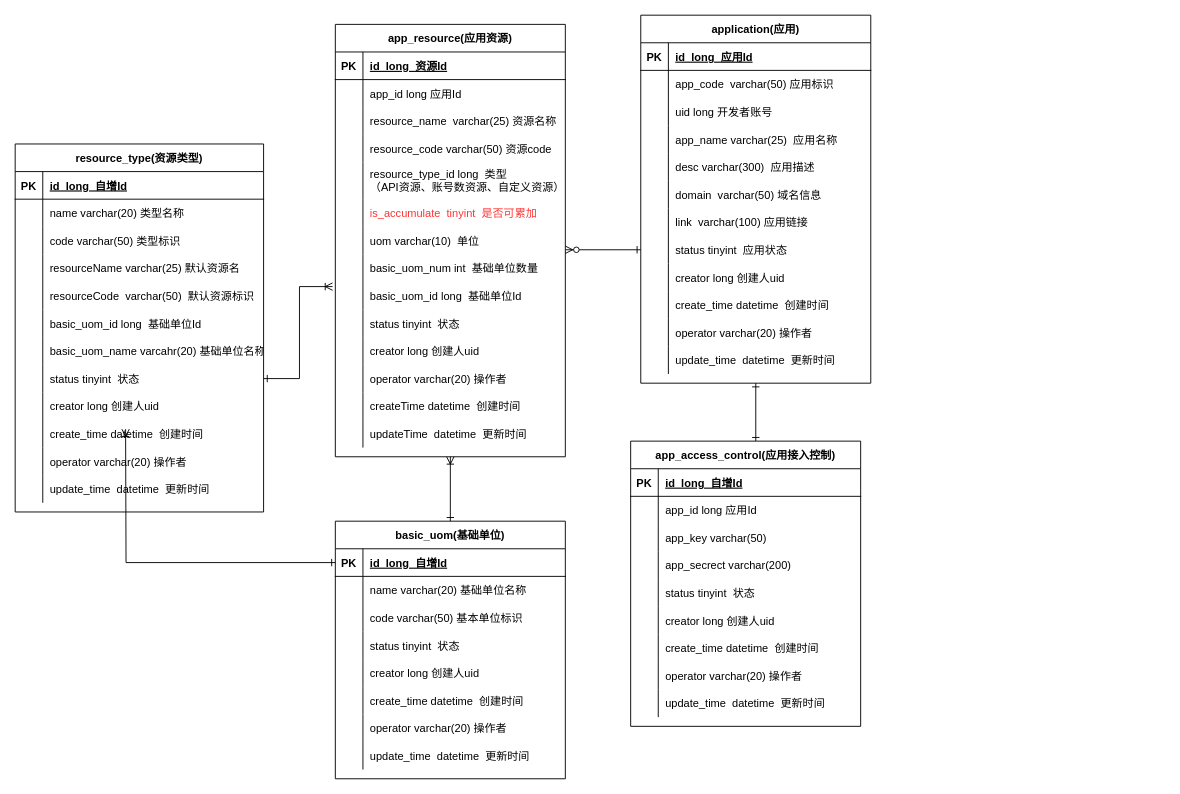
The draw.io diagram page "应用数据表设计" (2 of 2) of product.drawio in AjaxXu/Diagram, before the edit. Source tidied: cells renumbered, new cells numbered last; positions are measured from the earlier drawing's top-left corner, leaving out a move shared by most shapes. Both pictures are drawn from the tidied source at 92%, with x=0, y=0 at pixel (15, 15).
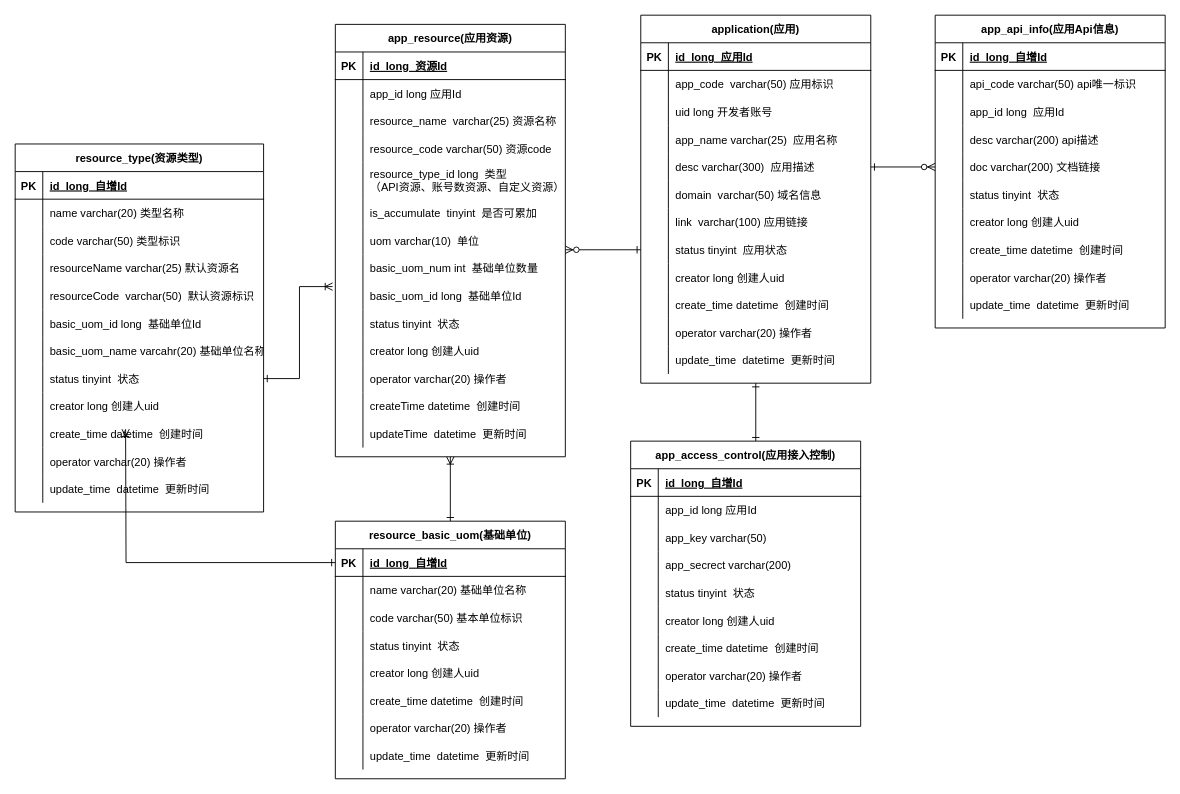
Above is the later version.

The change refers to these unchanged cells:
```xml
<mxCell id="15" style="shape=partialRectangle;fillColor=none;points=[[0,0.5],[1,0.5]];portConstraint=eastwest;top=0;left=0;right=0;bottom=0;" parent="2" vertex="1">
  <mxGeometry y="150" width="250" height="30" as="geometry" />
</mxCell>
<mxCell id="55" style="shape=partialRectangle;fillColor=none;top=0;left=0;right=0;bottom=0;" parent="39" vertex="1">
  <mxGeometry y="190" width="250" height="30" as="geometry" />
</mxCell>
```

What changed in the source:
```diff
@@
-    <mxCell id="57" value="is_accumulate  tinyint  是否可累加" style="shape=partialRectangle;overflow=hidden;fillColor=none;top=0;left=0;bottom=0;right=0;align=left;spacingLeft=6;fontColor=#FF3333;" parent="55" vertex="1">
+    <mxCell id="57" value="is_accumulate  tinyint  是否可累加" style="shape=partialRectangle;overflow=hidden;fillColor=none;top=0;left=0;bottom=0;right=0;align=left;spacingLeft=6;" parent="55" vertex="1">
       <mxGeometry x="30" width="220" height="30" as="geometry" />
     </mxCell>
@@
     <mxCell id="83" style="edgeStyle=orthogonalEdgeStyle;rounded=0;orthogonalLoop=1;jettySize=auto;html=1;exitX=0.5;exitY=1;exitDx=0;exitDy=0;entryX=0.46;entryY=0;entryDx=0;entryDy=0;entryPerimeter=0;startArrow=ERone;startFill=0;endArrow=ERone;endFill=0;" parent="1" edge="1">
       <mxGeometry relative="1" as="geometry">
-        <mxPoint x="1475" y="370" as="sourcePoint" />
+        <mxPoint x="1975" y="350" as="sourcePoint" />
       </mxGeometry>
     </mxCell>
     <mxCell id="84" style="edgeStyle=orthogonalEdgeStyle;rounded=0;orthogonalLoop=1;jettySize=auto;html=1;exitX=0.25;exitY=1;exitDx=0;exitDy=0;entryX=1.012;entryY=0.2;entryDx=0;entryDy=0;entryPerimeter=0;startArrow=ERone;startFill=0;endArrow=ERone;endFill=0;" parent="1" edge="1">
       <mxGeometry relative="1" as="geometry">
-        <mxPoint x="1732.5" y="340" as="sourcePoint" />
+        <mxPoint x="2232.5" y="320" as="sourcePoint" />
       </mxGeometry>
     </mxCell>
     <mxCell id="85" style="edgeStyle=orthogonalEdgeStyle;rounded=0;orthogonalLoop=1;jettySize=auto;html=1;exitX=1;exitY=0.5;exitDx=0;exitDy=0;entryX=0;entryY=0.5;entryDx=0;entryDy=0;startArrow=ERone;startFill=0;endArrow=ERzeroToMany;endFill=1;" parent="1" edge="1">
       <mxGeometry relative="1" as="geometry">
-        <mxPoint x="1670" y="195" as="targetPoint" />
+        <mxPoint x="2170" y="175" as="targetPoint" />
       </mxGeometry>
     </mxCell>
@@
-    <mxCell id="116" value="basic_uom(基础单位)" style="shape=table;startSize=30;childLayout=tableLayout;rowLines=0;fontStyle=1;align=center;" parent="1" vertex="1">
+    <mxCell id="116" value="resource_basic_uom(基础单位)" style="shape=table;startSize=30;childLayout=tableLayout;rowLines=0;fontStyle=1;align=center;" parent="1" vertex="1">
       <mxGeometry x="348" y="550" width="250" height="280" as="geometry" />
     </mxCell>
@@
+    <mxCell id="180" value="app_api_info(应用Api信息)" style="shape=table;startSize=30;childLayout=tableLayout;rowLines=0;fontStyle=1;align=center;" parent="1" vertex="1">
+      <mxGeometry x="1000" width="250" height="340" as="geometry" />
+    </mxCell>
+    <mxCell id="181" style="shape=partialRectangle;fillColor=none;top=0;left=0;right=0;bottom=1;" parent="180" vertex="1">
+      <mxGeometry y="30" width="250" height="30" as="geometry" />
+    </mxCell>
+    <mxCell id="182" value="PK" style="shape=partialRectangle;overflow=hidden;fillColor=none;top=0;left=0;bottom=0;right=0;fontStyle=1;" parent="181" vertex="1">
+      <mxGeometry width="30" height="30" as="geometry" />
+    </mxCell>
+    <mxCell id="183" value="id  long  自增Id" style="shape=partialRectangle;overflow=hidden;fillColor=none;top=0;left=0;bottom=0;right=0;align=left;spacingLeft=6;fontStyle=5;" parent="181" vertex="1">
+      <mxGeometry x="30" width="220" height="30" as="geometry" />
+    </mxCell>
+    <mxCell id="184" style="shape=partialRectangle;fillColor=none;top=0;left=0;right=0;bottom=0;" parent="180" vertex="1">
+      <mxGeometry y="60" width="250" height="30" as="geometry" />
+    </mxCell>
+    <mxCell id="185" style="shape=partialRectangle;overflow=hidden;fillColor=none;top=0;left=0;bottom=0;right=0;" parent="184" vertex="1">
+      <mxGeometry width="30" height="30" as="geometry" />
+    </mxCell>
+    <mxCell id="186" value="api_code varchar(50) api唯一标识" style="shape=partialRectangle;overflow=hidden;fillColor=none;top=0;left=0;bottom=0;right=0;align=left;spacingLeft=6;" parent="184" vertex="1">
+      <mxGeometry x="30" width="220" height="30" as="geometry" />
+    </mxCell>
+    <mxCell id="187" style="shape=partialRectangle;fillColor=none;top=0;left=0;right=0;bottom=0;" parent="180" vertex="1">
+      <mxGeometry y="90" width="250" height="30" as="geometry" />
+    </mxCell>
+    <mxCell id="188" style="shape=partialRectangle;overflow=hidden;fillColor=none;top=0;left=0;bottom=0;right=0;" parent="187" vertex="1">
+      <mxGeometry width="30" height="30" as="geometry" />
+    </mxCell>
+    <mxCell id="189" value="app_id long  应用Id" style="shape=partialRectangle;overflow=hidden;fillColor=none;top=0;left=0;bottom=0;right=0;align=left;spacingLeft=6;" parent="187" vertex="1">
+      <mxGeometry x="30" width="220" height="30" as="geometry" />
+    </mxCell>
+    <mxCell id="190" style="shape=partialRectangle;fillColor=none;top=0;left=0;right=0;bottom=0;" parent="180" vertex="1">
+      <mxGeometry y="120" width="250" height="30" as="geometry" />
+    </mxCell>
+    <mxCell id="191" style="shape=partialRectangle;overflow=hidden;fillColor=none;top=0;left=0;bottom=0;right=0;" parent="190" vertex="1">
+      <mxGeometry width="30" height="30" as="geometry" />
+    </mxCell>
+    <mxCell id="192" value="desc varchar(200) api描述" style="shape=partialRectangle;overflow=hidden;fillColor=none;top=0;left=0;bottom=0;right=0;align=left;spacingLeft=6;" parent="190" vertex="1">
+      <mxGeometry x="30" width="220" height="30" as="geometry" />
+    </mxCell>
+    <mxCell id="193" style="shape=partialRectangle;fillColor=none;points=[[0,0.5],[1,0.5]];portConstraint=eastwest;top=0;left=0;right=0;bottom=0;" parent="180" vertex="1">
+      <mxGeometry y="150" width="250" height="30" as="geometry" />
+    </mxCell>
+    <mxCell id="194" style="shape=partialRectangle;overflow=hidden;fillColor=none;top=0;left=0;bottom=0;right=0;" parent="193" vertex="1">
+      <mxGeometry width="30" height="30" as="geometry" />
+    </mxCell>
+    <mxCell id="195" value="doc varchar(200) 文档链接" style="shape=partialRectangle;overflow=hidden;fillColor=none;top=0;left=0;bottom=0;right=0;align=left;spacingLeft=6;" parent="193" vertex="1">
+      <mxGeometry x="30" width="220" height="30" as="geometry" />
+    </mxCell>
+    <mxCell id="196" style="shape=partialRectangle;fillColor=none;top=0;left=0;right=0;bottom=0;" parent="180" vertex="1">
+      <mxGeometry y="180" width="250" height="30" as="geometry" />
+    </mxCell>
+    <mxCell id="197" style="shape=partialRectangle;overflow=hidden;fillColor=none;top=0;left=0;bottom=0;right=0;" parent="196" vertex="1">
+      <mxGeometry width="30" height="30" as="geometry" />
+    </mxCell>
+    <mxCell id="198" value="status tinyint  状态" style="shape=partialRectangle;overflow=hidden;fillColor=none;top=0;left=0;bottom=0;right=0;align=left;spacingLeft=6;" parent="196" vertex="1">
+      <mxGeometry x="30" width="220" height="30" as="geometry" />
+    </mxCell>
+    <mxCell id="199" style="shape=partialRectangle;fillColor=none;top=0;left=0;right=0;bottom=0;" parent="180" vertex="1">
+      <mxGeometry y="210" width="250" height="30" as="geometry" />
+    </mxCell>
+    <mxCell id="200" style="shape=partialRectangle;overflow=hidden;fillColor=none;top=0;left=0;bottom=0;right=0;" parent="199" vertex="1">
+      <mxGeometry width="30" height="30" as="geometry" />
+    </mxCell>
+    <mxCell id="201" value="creator long 创建人uid" style="shape=partialRectangle;overflow=hidden;fillColor=none;top=0;left=0;bottom=0;right=0;align=left;spacingLeft=6;" parent="199" vertex="1">
+      <mxGeometry x="30" width="220" height="30" as="geometry" />
+    </mxCell>
+    <mxCell id="202" style="shape=partialRectangle;fillColor=none;top=0;left=0;right=0;bottom=0;" parent="180" vertex="1">
+      <mxGeometry y="240" width="250" height="30" as="geometry" />
+    </mxCell>
+    <mxCell id="203" style="shape=partialRectangle;overflow=hidden;fillColor=none;top=0;left=0;bottom=0;right=0;" parent="202" vertex="1">
+      <mxGeometry width="30" height="30" as="geometry" />
+    </mxCell>
+    <mxCell id="204" value="create_time datetime  创建时间" style="shape=partialRectangle;overflow=hidden;fillColor=none;top=0;left=0;bottom=0;right=0;align=left;spacingLeft=6;" parent="202" vertex="1">
+      <mxGeometry x="30" width="220" height="30" as="geometry" />
+    </mxCell>
+    <mxCell id="205" style="shape=partialRectangle;fillColor=none;top=0;left=0;right=0;bottom=0;" parent="180" vertex="1">
+      <mxGeometry y="270" width="250" height="30" as="geometry" />
+    </mxCell>
+    <mxCell id="206" style="shape=partialRectangle;overflow=hidden;fillColor=none;top=0;left=0;bottom=0;right=0;" parent="205" vertex="1">
+      <mxGeometry width="30" height="30" as="geometry" />
+    </mxCell>
+    <mxCell id="207" value="operator varchar(20) 操作者" style="shape=partialRectangle;overflow=hidden;fillColor=none;top=0;left=0;bottom=0;right=0;align=left;spacingLeft=6;" parent="205" vertex="1">
+      <mxGeometry x="30" width="220" height="30" as="geometry" />
+    </mxCell>
+    <mxCell id="208" style="shape=partialRectangle;fillColor=none;top=0;left=0;right=0;bottom=0;" parent="180" vertex="1">
+      <mxGeometry y="300" width="250" height="30" as="geometry" />
+    </mxCell>
+    <mxCell id="209" style="shape=partialRectangle;overflow=hidden;fillColor=none;top=0;left=0;bottom=0;right=0;" parent="208" vertex="1">
+      <mxGeometry width="30" height="30" as="geometry" />
+    </mxCell>
+    <mxCell id="210" value="update_time  datetime  更新时间" style="shape=partialRectangle;overflow=hidden;fillColor=none;top=0;left=0;bottom=0;right=0;align=left;spacingLeft=6;" parent="208" vertex="1">
+      <mxGeometry x="30" width="220" height="30" as="geometry" />
+    </mxCell>
+    <mxCell id="211" style="edgeStyle=orthogonalEdgeStyle;rounded=0;jettySize=auto;html=1;exitX=1;exitY=0.5;exitDx=0;exitDy=0;entryX=0;entryY=0.5;entryDx=0;entryDy=0;fontColor=#000000;startArrow=ERone;startFill=0;endArrow=ERzeroToMany;endFill=1;" parent="1" edge="1" source="15" target="193">
+      <mxGeometry relative="1" as="geometry" />
+    </mxCell>
```
